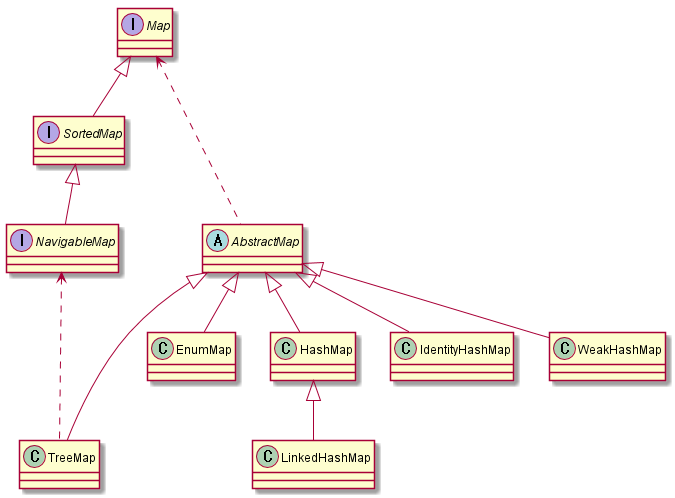
This is img/java/concept_collectionsframeworkmap_1.png from windowforsun/blog, a PlantUML export, as it was before one commit.
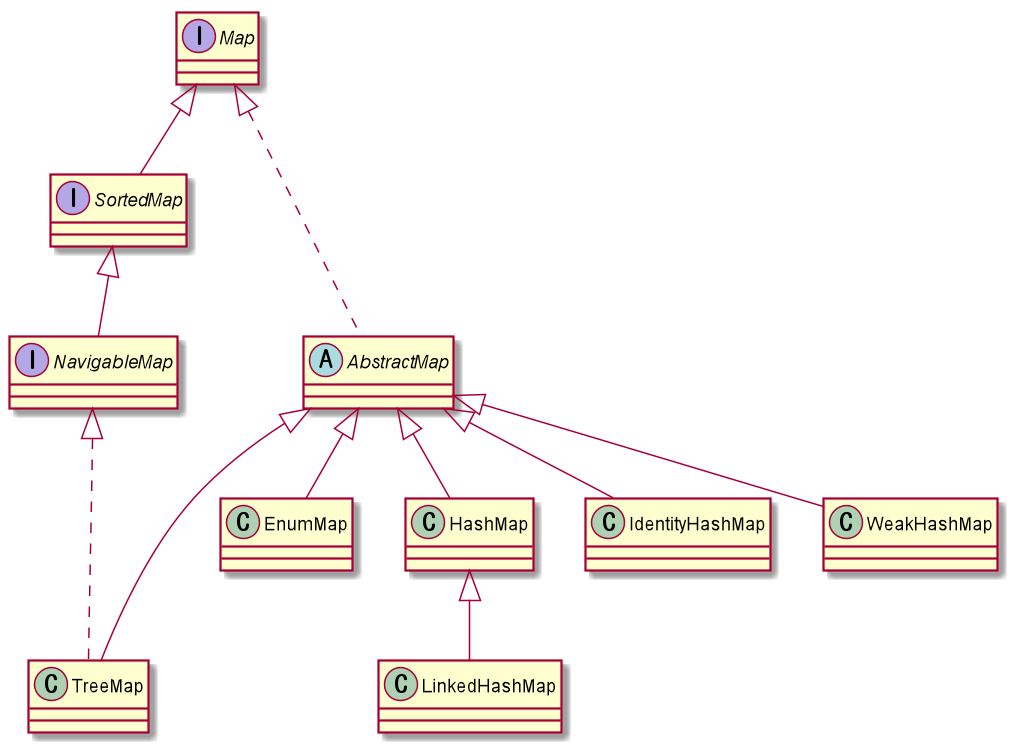
The same diagram one commit later.

Commit message:
다이어그램 수정

The edit, as a diff of the source:
```diff
@@ -44,8 +44,8 @@
 Map <|-- SortedMap
 SortedMap <|-- NavigableMap
 
-Map <... AbstractMap
-NavigableMap <... TreeMap
+Map <|... AbstractMap
+NavigableMap <|... TreeMap
 
 AbstractMap <|-- EnumMap
 AbstractMap <|-- HashMap
```
